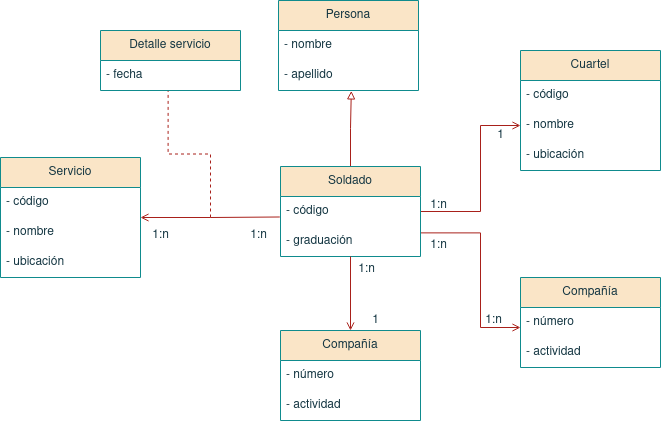
Above: Tema 5. Diagramas de clase/Tarea 3. Ministerio defensa/img/MinisterioDefensa.drawio.png in colidom/ets (draw.io), before the change. Source tidied: cells renumbered, new cells last; positions are measured from the earlier drawing's top-left corner, leaving out a move shared by most shapes.
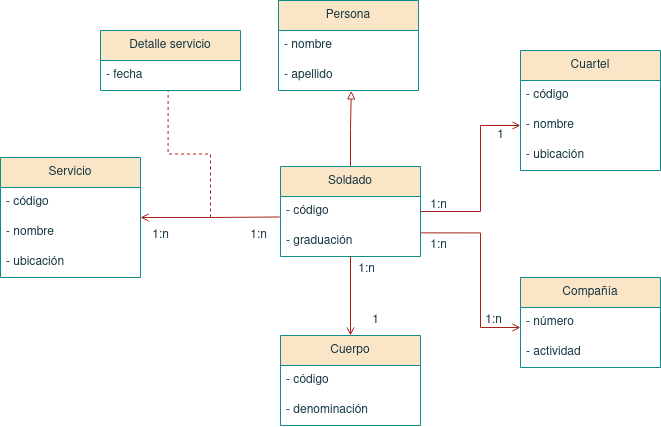
The same diagram one commit later.

What changed in the source:
```diff
@@ -75,13 +75,13 @@
     <mxCell id="22" value="&lt;div&gt;- ubicación&lt;br&gt;&lt;/div&gt;" style="text;strokeColor=none;fillColor=none;align=left;verticalAlign=middle;spacingLeft=4;spacingRight=4;overflow=hidden;whiteSpace=wrap;html=1;labelBackgroundColor=none;fontColor=#143642;" parent="19" vertex="1">
       <mxGeometry y="90" width="140" height="30" as="geometry" />
     </mxCell>
-    <mxCell id="23" value="Compañía" style="swimlane;fontStyle=0;horizontal=1;startSize=30;whiteSpace=wrap;html=1;labelBackgroundColor=none;fillColor=#FAE5C7;strokeColor=#0F8B8D;fontColor=#143642;" parent="1" vertex="1">
-      <mxGeometry x="280" y="330" width="140" height="90" as="geometry" />
+    <mxCell id="23" value="Cuerpo" style="swimlane;fontStyle=0;horizontal=1;startSize=30;whiteSpace=wrap;html=1;labelBackgroundColor=none;fillColor=#FAE5C7;strokeColor=#0F8B8D;fontColor=#143642;" parent="1" vertex="1">
+      <mxGeometry x="280" y="335" width="140" height="90" as="geometry" />
     </mxCell>
-    <mxCell id="24" value="- número" style="text;strokeColor=none;fillColor=none;align=left;verticalAlign=middle;spacingLeft=4;spacingRight=4;overflow=hidden;whiteSpace=wrap;html=1;labelBackgroundColor=none;fontColor=#143642;" parent="23" vertex="1">
+    <mxCell id="24" value="- código" style="text;strokeColor=none;fillColor=none;align=left;verticalAlign=middle;spacingLeft=4;spacingRight=4;overflow=hidden;whiteSpace=wrap;html=1;labelBackgroundColor=none;fontColor=#143642;" parent="23" vertex="1">
       <mxGeometry y="30" width="140" height="30" as="geometry" />
     </mxCell>
-    <mxCell id="25" value="&lt;div&gt;- actividad&lt;/div&gt;" style="text;strokeColor=none;fillColor=none;align=left;verticalAlign=middle;spacingLeft=4;spacingRight=4;overflow=hidden;whiteSpace=wrap;html=1;labelBackgroundColor=none;fontColor=#143642;" parent="23" vertex="1">
+    <mxCell id="25" value="&lt;div&gt;- denominación&lt;br&gt;&lt;/div&gt;" style="text;strokeColor=none;fillColor=none;align=left;verticalAlign=middle;spacingLeft=4;spacingRight=4;overflow=hidden;whiteSpace=wrap;html=1;labelBackgroundColor=none;fontColor=#143642;" parent="23" vertex="1">
       <mxGeometry y="60" width="140" height="30" as="geometry" />
     </mxCell>
     <mxCell id="26" style="endArrow=none;html=1;rounded=0;entryX=0.5;entryY=1;entryDx=0;entryDy=0;exitX=0.5;exitY=0;exitDx=0;exitDy=0;endFill=0;startArrow=open;startFill=0;labelBackgroundColor=none;fontColor=default;strokeColor=#A8201A;" parent="1" edge="1" source="23" target="8">
```
